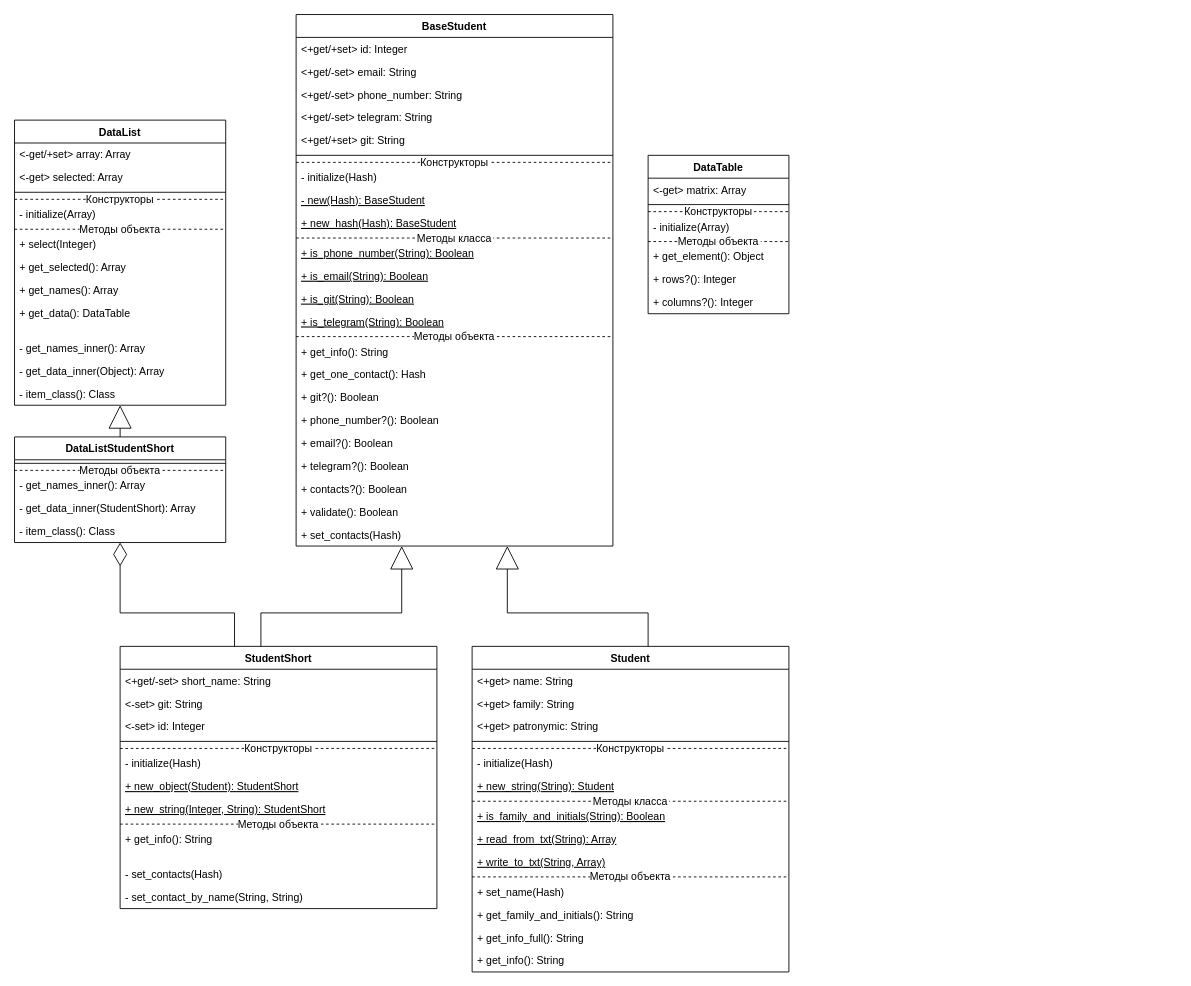
Before: lab2/docs/ClassDiagram.drawio in KirSaxhlil/PatternLabs, a draw.io diagram. Source tidied: cells renumbered, new cells numbered last; positions are measured from the earlier drawing's top-left corner, leaving out a move shared by most shapes. Both pictures are drawn from the tidied source at 88%, with x=0, y=0 at pixel (14, 14).
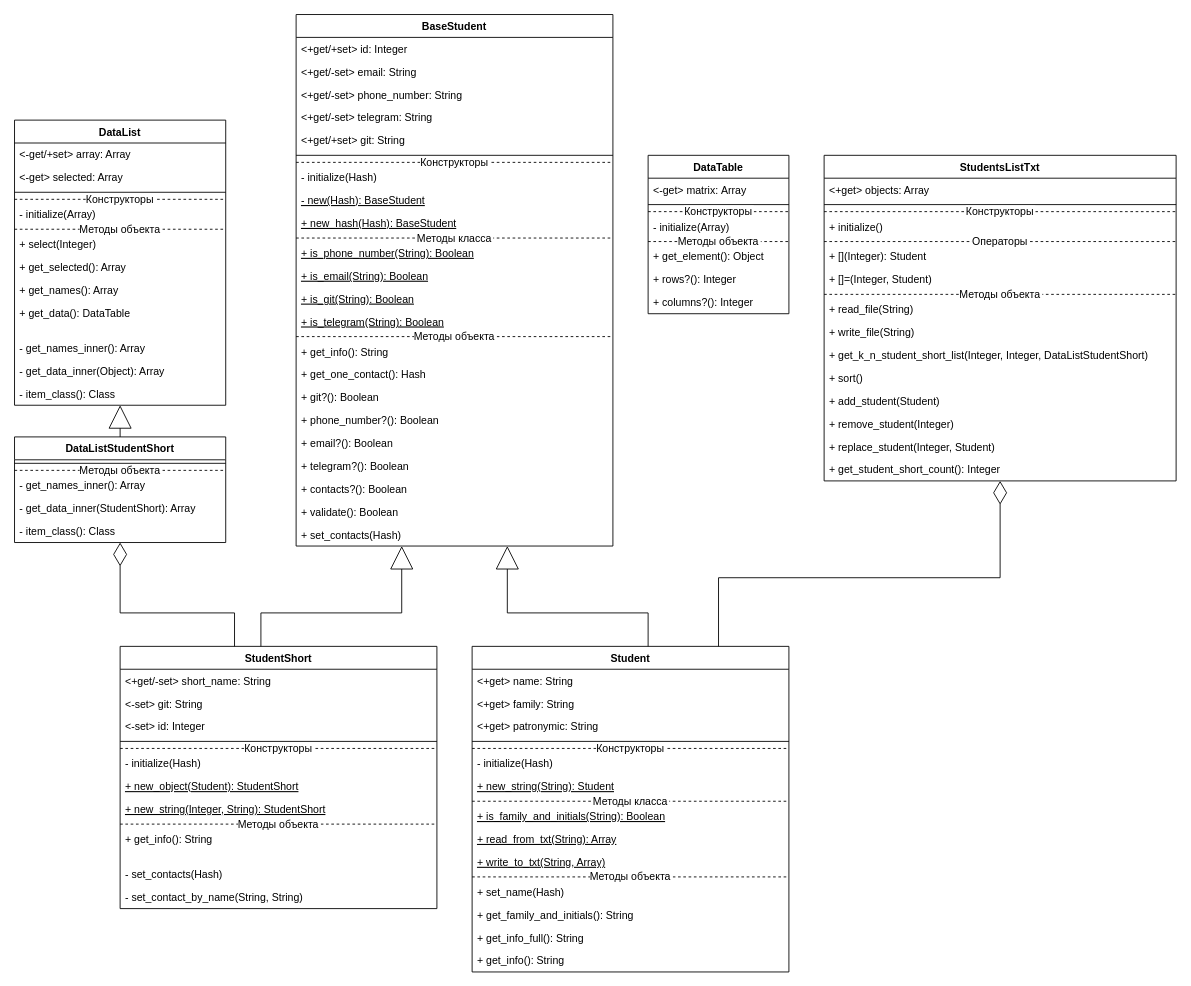
The same page after the edit.

Commit message (it also covers changes not shown here):
Лаб.2 Здч.4-1 Диаграмма в догонку

The change refers to these unchanged cells:
```xml
<mxCell id="2" value="Student" style="swimlane;fontStyle=1;align=center;verticalAlign=top;horizontal=1;startSize=26;fillColor=default;swimlaneFillColor=default;" parent="1" vertex="1">
  <mxGeometry x="520" y="718" width="360" height="370" as="geometry" />
</mxCell>
```

Change to the diagram source:
```diff
@@
+    <mxCell id="93" value="StudentsListTxt" style="swimlane;fontStyle=1;align=center;verticalAlign=top;horizontal=1;startSize=26;strokeWidth=1;swimlaneFillColor=default;" parent="1" vertex="1">
+      <mxGeometry x="920" y="160" width="400" height="370" as="geometry" />
+    </mxCell>
+    <mxCell id="94" value="&lt;+get&gt; objects: Array" style="text;strokeColor=none;fillColor=none;align=left;verticalAlign=top;spacingLeft=4;spacingRight=4;overflow=hidden;dashed=1;strokeWidth=1;" parent="93" vertex="1">
+      <mxGeometry y="26" width="400" height="26" as="geometry" />
+    </mxCell>
+    <mxCell id="95" style="line;strokeWidth=1;fillColor=none;align=left;verticalAlign=middle;spacingTop=-1;spacingLeft=3;spacingRight=3;labelPosition=right;strokeColor=inherit;" parent="93" vertex="1">
+      <mxGeometry y="52" width="400" height="8" as="geometry" />
+    </mxCell>
+    <mxCell id="96" value="Конструкторы" style="line;strokeWidth=1;fillColor=none;align=center;verticalAlign=middle;spacingTop=-1;spacingLeft=3;spacingRight=3;labelPosition=center;strokeColor=inherit;dashed=1;verticalLabelPosition=middle;" parent="93" vertex="1">
+      <mxGeometry y="60" width="400" height="8" as="geometry" />
+    </mxCell>
+    <mxCell id="97" value="+ initialize()" style="text;strokeColor=none;fillColor=none;align=left;verticalAlign=top;spacingLeft=4;spacingRight=4;overflow=hidden;dashed=1;strokeWidth=1;" parent="93" vertex="1">
+      <mxGeometry y="68" width="400" height="26" as="geometry" />
+    </mxCell>
+    <mxCell id="98" value="Операторы" style="line;strokeWidth=1;fillColor=none;align=center;verticalAlign=middle;spacingTop=-1;spacingLeft=3;spacingRight=3;labelPosition=center;strokeColor=inherit;dashed=1;verticalLabelPosition=middle;" parent="93" vertex="1">
+      <mxGeometry y="94" width="400" height="8" as="geometry" />
+    </mxCell>
+    <mxCell id="99" value="+ [](Integer): Student" style="text;strokeColor=none;fillColor=none;align=left;verticalAlign=top;spacingLeft=4;spacingRight=4;overflow=hidden;dashed=1;strokeWidth=1;" parent="93" vertex="1">
+      <mxGeometry y="102" width="400" height="26" as="geometry" />
+    </mxCell>
+    <mxCell id="100" value="+ []=(Integer, Student)" style="text;strokeColor=none;fillColor=none;align=left;verticalAlign=top;spacingLeft=4;spacingRight=4;overflow=hidden;dashed=1;strokeWidth=1;" parent="93" vertex="1">
+      <mxGeometry y="128" width="400" height="26" as="geometry" />
+    </mxCell>
+    <mxCell id="101" value="Методы объекта" style="line;strokeWidth=1;fillColor=none;align=center;verticalAlign=middle;spacingTop=-1;spacingLeft=3;spacingRight=3;labelPosition=center;strokeColor=inherit;dashed=1;verticalLabelPosition=middle;" parent="93" vertex="1">
+      <mxGeometry y="154" width="400" height="8" as="geometry" />
+    </mxCell>
+    <mxCell id="102" value="+ read_file(String)" style="text;strokeColor=none;fillColor=none;align=left;verticalAlign=top;spacingLeft=4;spacingRight=4;overflow=hidden;dashed=1;strokeWidth=1;" parent="93" vertex="1">
+      <mxGeometry y="162" width="400" height="26" as="geometry" />
+    </mxCell>
+    <mxCell id="103" value="+ write_file(String)" style="text;strokeColor=none;fillColor=none;align=left;verticalAlign=top;spacingLeft=4;spacingRight=4;overflow=hidden;dashed=1;strokeWidth=1;" parent="93" vertex="1">
+      <mxGeometry y="188" width="400" height="26" as="geometry" />
+    </mxCell>
+    <mxCell id="104" value="+ get_k_n_student_short_list(Integer, Integer, DataListStudentShort)" style="text;strokeColor=none;fillColor=none;align=left;verticalAlign=top;spacingLeft=4;spacingRight=4;overflow=hidden;dashed=1;strokeWidth=1;" parent="93" vertex="1">
+      <mxGeometry y="214" width="400" height="26" as="geometry" />
+    </mxCell>
+    <mxCell id="105" value="+ sort()" style="text;strokeColor=none;fillColor=none;align=left;verticalAlign=top;spacingLeft=4;spacingRight=4;overflow=hidden;dashed=1;strokeWidth=1;" parent="93" vertex="1">
+      <mxGeometry y="240" width="400" height="26" as="geometry" />
+    </mxCell>
+    <mxCell id="106" value="+ add_student(Student)" style="text;strokeColor=none;fillColor=none;align=left;verticalAlign=top;spacingLeft=4;spacingRight=4;overflow=hidden;dashed=1;strokeWidth=1;" parent="93" vertex="1">
+      <mxGeometry y="266" width="400" height="26" as="geometry" />
+    </mxCell>
+    <mxCell id="107" value="+ remove_student(Integer)" style="text;strokeColor=none;fillColor=none;align=left;verticalAlign=top;spacingLeft=4;spacingRight=4;overflow=hidden;dashed=1;strokeWidth=1;" parent="93" vertex="1">
+      <mxGeometry y="292" width="400" height="26" as="geometry" />
+    </mxCell>
+    <mxCell id="108" value="+ replace_student(Integer, Student)" style="text;strokeColor=none;fillColor=none;align=left;verticalAlign=top;spacingLeft=4;spacingRight=4;overflow=hidden;dashed=1;strokeWidth=1;" parent="93" vertex="1">
+      <mxGeometry y="318" width="400" height="26" as="geometry" />
+    </mxCell>
+    <mxCell id="109" value="+ get_student_short_count(): Integer" style="text;strokeColor=none;fillColor=none;align=left;verticalAlign=top;spacingLeft=4;spacingRight=4;overflow=hidden;dashed=1;strokeWidth=1;" parent="93" vertex="1">
+      <mxGeometry y="344" width="400" height="26" as="geometry" />
+    </mxCell>
+    <mxCell id="110" style="endArrow=diamondThin;endFill=0;endSize=24;html=1;rounded=0;edgeStyle=orthogonalEdgeStyle;" parent="1" edge="1" source="2" target="93">
+      <mxGeometry relative="1" as="geometry">
+        <Array as="points">
+          <mxPoint x="800" y="640" />
+          <mxPoint x="1120" y="640" />
+        </Array>
+      </mxGeometry>
+    </mxCell>
```
